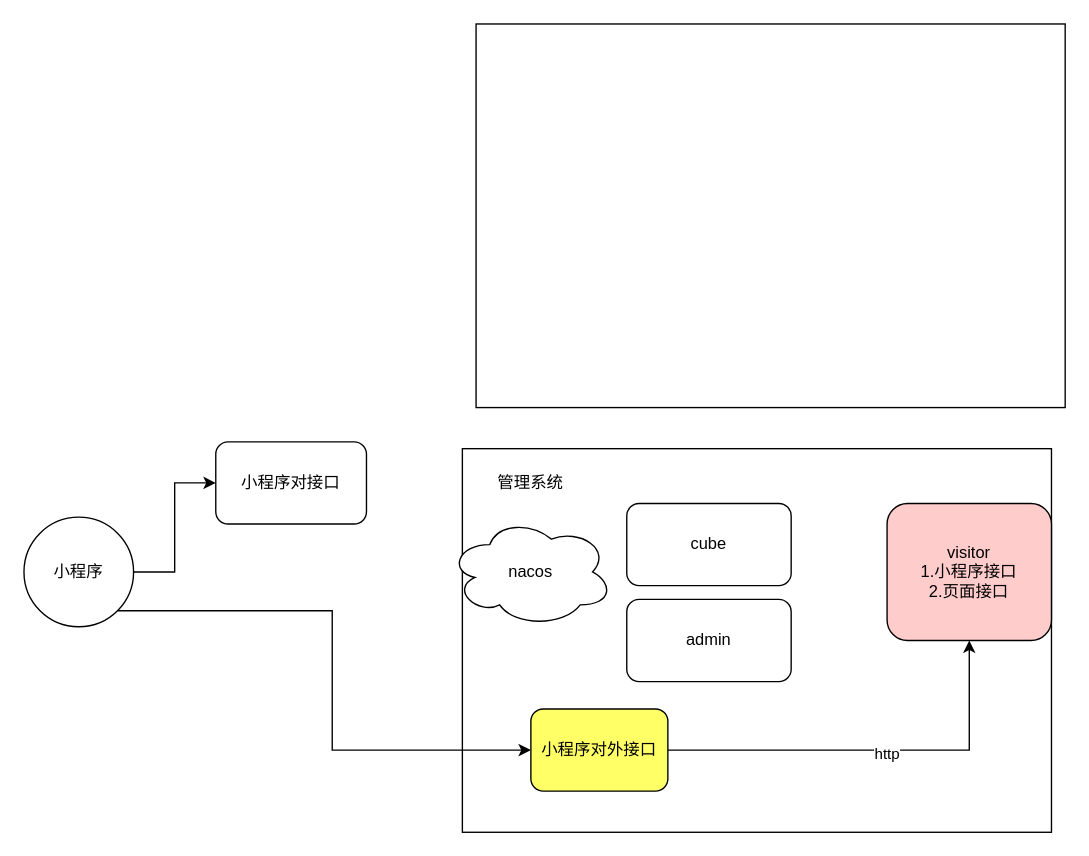
Before: page "第 11 页" (11 of 11) of 访客迭代3.7.1-平台和小程序和设备交互流程.drawio in chwnjianhui/draw.io, a draw.io diagram. Source tidied: cells renumbered, new cells numbered last; positions are measured from the earlier drawing's top-left corner, leaving out a move shared by most shapes. Both pictures are drawn from the tidied source at 137%, with x=0, y=0 at pixel (23, 23).
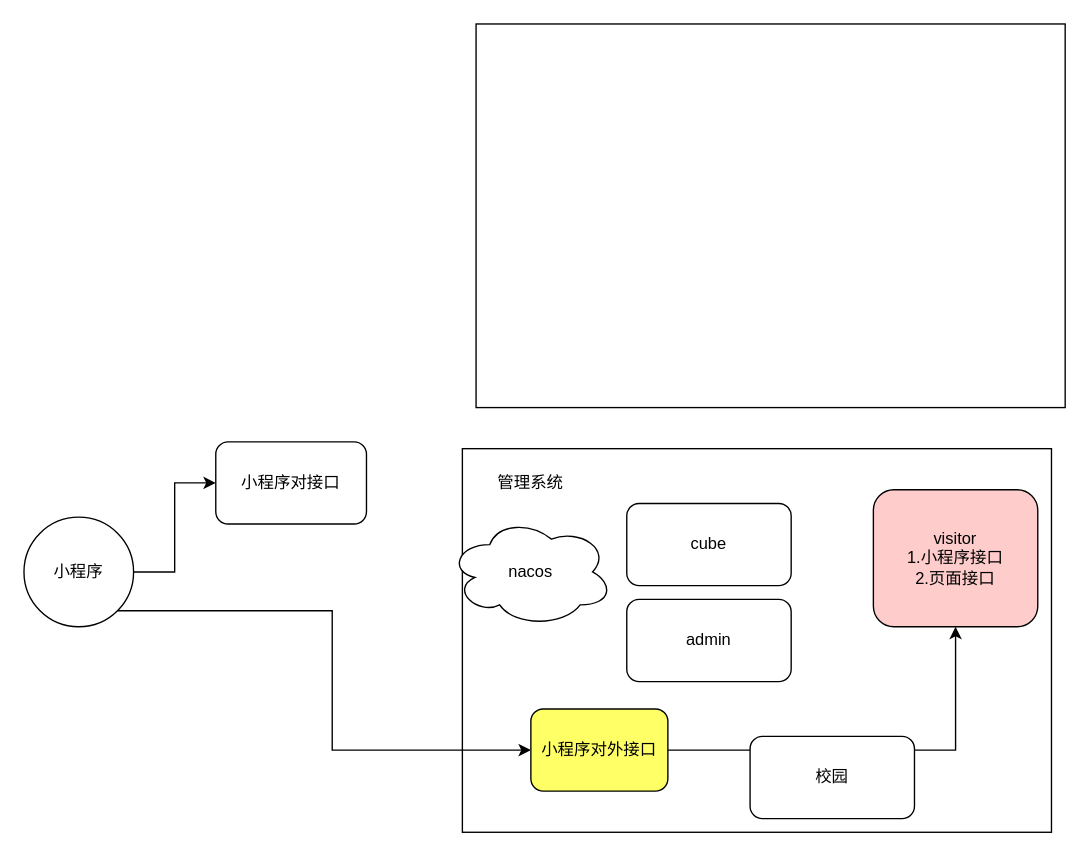
Above is the later version.

Commit message:
更新访客迭代3.7.1-平台和小程序和设备交互流程.drawio

Diff of the diagram source:
```diff
@@
 <mxGraphModel>
   <root>
     <mxCell id="0" />
     <mxCell id="1" parent="0" />
     <mxCell id="2" style="rounded=0;whiteSpace=wrap;html=1;" parent="1" vertex="1">
       <mxGeometry x="320" y="310" width="430" height="280" as="geometry" />
     </mxCell>
     <mxCell id="3" value="小程序对接口" style="rounded=1;whiteSpace=wrap;html=1;" parent="1" vertex="1">
       <mxGeometry x="140" y="305" width="110" height="60" as="geometry" />
     </mxCell>
     <mxCell id="4" style="edgeStyle=orthogonalEdgeStyle;rounded=0;jettySize=auto;html=1;exitX=1;exitY=0.5;exitDx=0;exitDy=0;" parent="1" edge="1" source="6" target="3">
       <mxGeometry relative="1" as="geometry" />
     </mxCell>
     <mxCell id="5" style="edgeStyle=orthogonalEdgeStyle;rounded=0;jettySize=auto;html=1;exitX=1;exitY=1;exitDx=0;exitDy=0;entryX=0;entryY=0.5;entryDx=0;entryDy=0;" parent="1" edge="1" source="6" target="13">
       <mxGeometry relative="1" as="geometry" />
     </mxCell>
     <mxCell id="6" value="小程序" style="ellipse;whiteSpace=wrap;html=1;" parent="1" vertex="1">
       <mxGeometry y="360" width="80" height="80" as="geometry" />
     </mxCell>
     <mxCell id="7" value="cube" style="rounded=1;whiteSpace=wrap;html=1;" parent="1" vertex="1">
       <mxGeometry x="440" y="350" width="120" height="60" as="geometry" />
     </mxCell>
     <mxCell id="8" value="admin" style="rounded=1;whiteSpace=wrap;html=1;" parent="1" vertex="1">
       <mxGeometry x="440" y="420" width="120" height="60" as="geometry" />
     </mxCell>
     <mxCell id="9" value="visitor&lt;br&gt;1.小程序接口&lt;br&gt;2.页面接口" style="rounded=1;whiteSpace=wrap;html=1;fillColor=#FFCCCC;" parent="1" vertex="1">
-      <mxGeometry x="630" y="350" width="120" height="100" as="geometry" />
+      <mxGeometry x="620" y="340" width="120" height="100" as="geometry" />
     </mxCell>
     <mxCell id="10" value="管理系统" style="text;html=1;strokeColor=none;fillColor=none;align=center;verticalAlign=middle;whiteSpace=wrap;rounded=0;" parent="1" vertex="1">
       <mxGeometry x="340" y="320" width="60" height="30" as="geometry" />
     </mxCell>
     <mxCell id="11" style="edgeStyle=orthogonalEdgeStyle;rounded=0;jettySize=auto;html=1;exitX=1;exitY=0.5;exitDx=0;exitDy=0;" parent="1" edge="1" source="13" target="9">
       <mxGeometry relative="1" as="geometry" />
     </mxCell>
     <mxCell id="12" value="http" style="edgeLabel;html=1;align=center;verticalAlign=middle;" parent="11" vertex="1">
       <mxGeometry x="0.06" y="-2" relative="1" as="geometry" />
     </mxCell>
     <mxCell id="13" value="小程序对外接口" style="rounded=1;whiteSpace=wrap;html=1;fillColor=#FFFF66;" parent="1" vertex="1">
       <mxGeometry x="370" y="500" width="100" height="60" as="geometry" />
     </mxCell>
     <mxCell id="14" value="nacos" style="ellipse;shape=cloud;whiteSpace=wrap;html=1;" parent="1" vertex="1">
       <mxGeometry x="310" y="360" width="120" height="80" as="geometry" />
     </mxCell>
     <mxCell id="15" style="rounded=0;whiteSpace=wrap;html=1;" parent="1" vertex="1">
       <mxGeometry x="330" width="430" height="280" as="geometry" />
     </mxCell>
+    <mxCell id="16" value="校园" style="rounded=1;whiteSpace=wrap;html=1;" parent="1" vertex="1">
+      <mxGeometry x="530" y="520" width="120" height="60" as="geometry" />
+    </mxCell>
   </root>
 </mxGraphModel>
```
